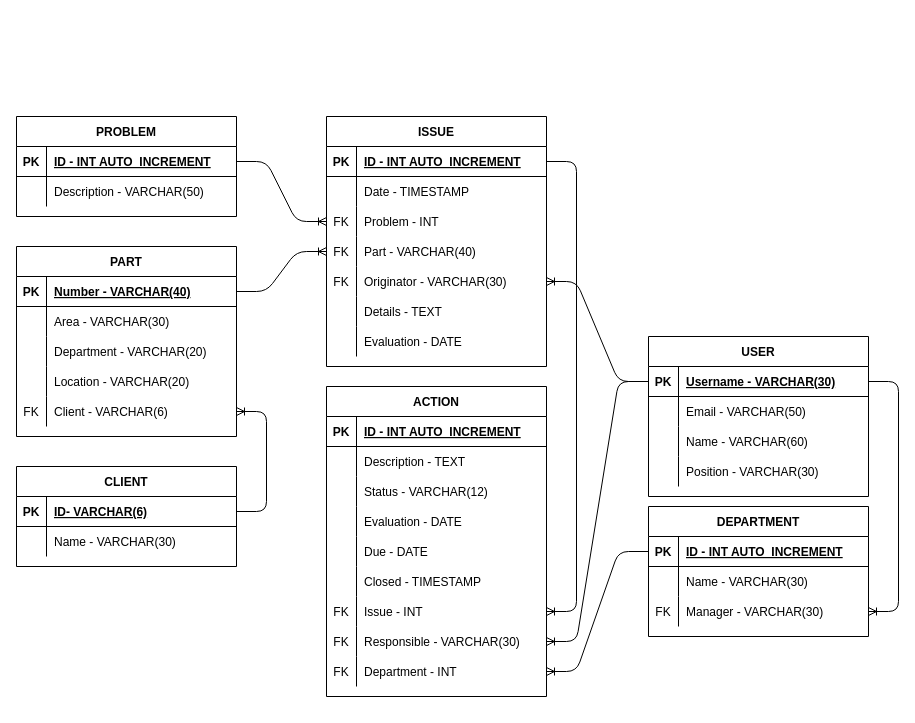
This is api/db/model/TableDiagram.drawio from FFahrenheit/ScrapActionListAPI, a draw.io file, before an edit. Source tidied: cells renumbered, new cells numbered last; positions are measured from the earlier drawing's top-left corner, leaving out a move shared by most shapes. Both pictures are drawn from the tidied source at 100%, with x=0, y=0 at pixel (16, 116).
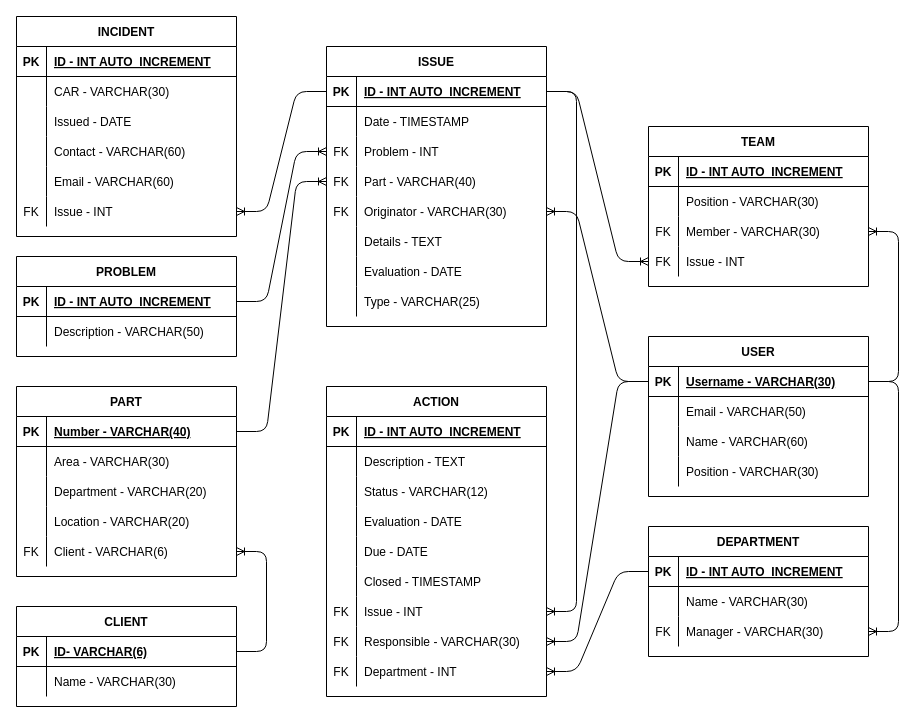
After the change.

Commit message (it also covers changes not shown here):
Diagramas de bases de datos actualizados

Hasta requerimientos de D1

The change refers to these unchanged cells:
```xml
<mxCell id="33" style="shape=partialRectangle;fillColor=none;top=0;left=0;bottom=1;right=0;points=[[0,0.5],[1,0.5]];portConstraint=eastwest;" parent="32" vertex="1">
  <mxGeometry y="30" width="220" height="30" as="geometry" />
</mxCell>
<mxCell id="55" style="shape=partialRectangle;fillColor=none;top=0;left=0;bottom=1;right=0;points=[[0,0.5],[1,0.5]];portConstraint=eastwest;" parent="54" vertex="1">
  <mxGeometry y="30" width="220" height="30" as="geometry" />
</mxCell>
```

Diff of the diagram source:
```diff
@@
     <mxCell id="2" value="CLIENT" style="shape=table;startSize=30;childLayout=tableLayout;rowLines=0;fontStyle=1;align=center;" parent="1" vertex="1">
-      <mxGeometry y="350" width="220" height="100" as="geometry" />
+      <mxGeometry y="490" width="220" height="100" as="geometry" />
     </mxCell>
@@
     <mxCell id="9" value="PART" style="shape=table;startSize=30;childLayout=tableLayout;rowLines=0;fontStyle=1;align=center;" parent="1" vertex="1">
-      <mxGeometry y="130" width="220" height="190" as="geometry" />
+      <mxGeometry y="270" width="220" height="190" as="geometry" />
     </mxCell>
@@
     <mxCell id="25" value="PROBLEM" style="shape=table;startSize=30;childLayout=tableLayout;rowLines=0;fontStyle=1;align=center;" parent="1" vertex="1">
-      <mxGeometry width="220" height="100" as="geometry" />
+      <mxGeometry y="140" width="220" height="100" as="geometry" />
     </mxCell>
@@
     <mxCell id="32" value="ISSUE" style="shape=table;startSize=30;childLayout=tableLayout;rowLines=0;fontStyle=1;align=center;" parent="1" vertex="1">
-      <mxGeometry x="310" width="220" height="250" as="geometry" />
+      <mxGeometry x="310" y="-70" width="220" height="280" as="geometry" />
     </mxCell>
@@
+    <mxCell id="113" style="shape=partialRectangle;fillColor=none;top=0;left=0;bottom=0;right=0;" parent="32" vertex="1">
+      <mxGeometry y="240" width="220" height="30" as="geometry" />
+    </mxCell>
+    <mxCell id="114" style="shape=partialRectangle;fillColor=none;top=0;left=0;bottom=0;right=0;overflow=hidden;" parent="113" vertex="1">
+      <mxGeometry width="30" height="30" as="geometry" />
+    </mxCell>
+    <mxCell id="115" value="Type - VARCHAR(25)" style="shape=partialRectangle;fillColor=none;top=0;left=0;bottom=0;right=0;align=left;spacingLeft=6;overflow=hidden;" parent="113" vertex="1">
+      <mxGeometry x="30" width="190" height="30" as="geometry" />
+    </mxCell>
@@
     <mxCell id="95" value="DEPARTMENT" style="shape=table;startSize=30;childLayout=tableLayout;rowLines=0;fontStyle=1;align=center;" parent="1" vertex="1">
-      <mxGeometry x="632" y="390" width="220" height="130" as="geometry" />
+      <mxGeometry x="632" y="410" width="220" height="130" as="geometry" />
     </mxCell>
@@
+    <mxCell id="116" value="TEAM" style="shape=table;startSize=30;childLayout=tableLayout;rowLines=0;fontStyle=1;align=center;" parent="1" vertex="1">
+      <mxGeometry x="632" y="10" width="220" height="160" as="geometry" />
+    </mxCell>
+    <mxCell id="117" style="shape=partialRectangle;fillColor=none;top=0;left=0;bottom=1;right=0;" parent="116" vertex="1">
+      <mxGeometry y="30" width="220" height="30" as="geometry" />
+    </mxCell>
+    <mxCell id="118" value="PK" style="shape=partialRectangle;fillColor=none;top=0;left=0;bottom=0;right=0;fontStyle=1;overflow=hidden;" parent="117" vertex="1">
+      <mxGeometry width="30" height="30" as="geometry" />
+    </mxCell>
+    <mxCell id="119" value="ID - INT AUTO_INCREMENT" style="shape=partialRectangle;fillColor=none;top=0;left=0;bottom=0;right=0;align=left;spacingLeft=6;fontStyle=5;overflow=hidden;" parent="117" vertex="1">
+      <mxGeometry x="30" width="190" height="30" as="geometry" />
+    </mxCell>
+    <mxCell id="120" style="shape=partialRectangle;fillColor=none;top=0;left=0;bottom=0;right=0;" parent="116" vertex="1">
+      <mxGeometry y="60" width="220" height="30" as="geometry" />
+    </mxCell>
+    <mxCell id="121" style="shape=partialRectangle;fillColor=none;top=0;left=0;bottom=0;right=0;overflow=hidden;" parent="120" vertex="1">
+      <mxGeometry width="30" height="30" as="geometry" />
+    </mxCell>
+    <mxCell id="122" value="Position - VARCHAR(30)" style="shape=partialRectangle;fillColor=none;top=0;left=0;bottom=0;right=0;align=left;spacingLeft=6;overflow=hidden;" parent="120" vertex="1">
+      <mxGeometry x="30" width="190" height="30" as="geometry" />
+    </mxCell>
+    <mxCell id="123" style="shape=partialRectangle;fillColor=none;top=0;left=0;bottom=0;right=0;points=[[0,0.5],[1,0.5]];portConstraint=eastwest;" parent="116" vertex="1">
+      <mxGeometry y="90" width="220" height="30" as="geometry" />
+    </mxCell>
+    <mxCell id="124" value="FK" style="shape=partialRectangle;fillColor=none;top=0;left=0;bottom=0;right=0;fontStyle=0;overflow=hidden;" parent="123" vertex="1">
+      <mxGeometry width="30" height="30" as="geometry" />
+    </mxCell>
+    <mxCell id="125" value="Member - VARCHAR(30)" style="shape=partialRectangle;fillColor=none;top=0;left=0;bottom=0;right=0;align=left;spacingLeft=6;fontStyle=0;overflow=hidden;" parent="123" vertex="1">
+      <mxGeometry x="30" width="190" height="30" as="geometry" />
+    </mxCell>
+    <mxCell id="126" style="shape=partialRectangle;fillColor=none;top=0;left=0;bottom=0;right=0;points=[[0,0.5],[1,0.5]];portConstraint=eastwest;" parent="116" vertex="1">
+      <mxGeometry y="120" width="220" height="30" as="geometry" />
+    </mxCell>
+    <mxCell id="127" value="FK" style="shape=partialRectangle;fillColor=none;top=0;left=0;bottom=0;right=0;fontStyle=0;overflow=hidden;" parent="126" vertex="1">
+      <mxGeometry width="30" height="30" as="geometry" />
+    </mxCell>
+    <mxCell id="128" value="Issue - INT " style="shape=partialRectangle;fillColor=none;top=0;left=0;bottom=0;right=0;align=left;spacingLeft=6;fontStyle=0;overflow=hidden;" parent="126" vertex="1">
+      <mxGeometry x="30" width="190" height="30" as="geometry" />
+    </mxCell>
+    <mxCell id="129" style="edgeStyle=entityRelationEdgeStyle;fontSize=12;html=1;endArrow=ERoneToMany;shadow=0;exitX=1;exitY=0.5;exitDx=0;exitDy=0;entryX=1;entryY=0.5;entryDx=0;entryDy=0;" parent="1" edge="1" source="55" target="123">
+      <mxGeometry relative="1" as="geometry" />
+    </mxCell>
+    <mxCell id="130" style="edgeStyle=entityRelationEdgeStyle;fontSize=12;html=1;endArrow=ERoneToMany;shadow=0;exitX=1;exitY=0.5;exitDx=0;exitDy=0;entryX=0;entryY=0.5;entryDx=0;entryDy=0;" parent="1" edge="1" source="33" target="126">
+      <mxGeometry relative="1" as="geometry" />
+    </mxCell>
+    <mxCell id="131" value="INCIDENT" style="shape=table;startSize=30;childLayout=tableLayout;rowLines=0;fontStyle=1;align=center;" parent="1" vertex="1">
+      <mxGeometry y="-100" width="220" height="220" as="geometry" />
+    </mxCell>
+    <mxCell id="132" style="shape=partialRectangle;fillColor=none;top=0;left=0;bottom=1;right=0;" parent="131" vertex="1">
+      <mxGeometry y="30" width="220" height="30" as="geometry" />
+    </mxCell>
+    <mxCell id="133" value="PK" style="shape=partialRectangle;fillColor=none;top=0;left=0;bottom=0;right=0;fontStyle=1;overflow=hidden;" parent="132" vertex="1">
+      <mxGeometry width="30" height="30" as="geometry" />
+    </mxCell>
+    <mxCell id="134" value="ID - INT AUTO_INCREMENT" style="shape=partialRectangle;fillColor=none;top=0;left=0;bottom=0;right=0;align=left;spacingLeft=6;fontStyle=5;overflow=hidden;" parent="132" vertex="1">
+      <mxGeometry x="30" width="190" height="30" as="geometry" />
+    </mxCell>
+    <mxCell id="135" style="shape=partialRectangle;fillColor=none;top=0;left=0;bottom=0;right=0;" parent="131" vertex="1">
+      <mxGeometry y="60" width="220" height="30" as="geometry" />
+    </mxCell>
+    <mxCell id="136" style="shape=partialRectangle;fillColor=none;top=0;left=0;bottom=0;right=0;overflow=hidden;" parent="135" vertex="1">
+      <mxGeometry width="30" height="30" as="geometry" />
+    </mxCell>
+    <mxCell id="137" value="CAR - VARCHAR(30)" style="shape=partialRectangle;fillColor=none;top=0;left=0;bottom=0;right=0;align=left;spacingLeft=6;overflow=hidden;" parent="135" vertex="1">
+      <mxGeometry x="30" width="190" height="30" as="geometry" />
+    </mxCell>
+    <mxCell id="138" style="shape=partialRectangle;fillColor=none;top=0;left=0;bottom=0;right=0;" parent="131" vertex="1">
+      <mxGeometry y="90" width="220" height="30" as="geometry" />
+    </mxCell>
+    <mxCell id="139" style="shape=partialRectangle;fillColor=none;top=0;left=0;bottom=0;right=0;overflow=hidden;" parent="138" vertex="1">
+      <mxGeometry width="30" height="30" as="geometry" />
+    </mxCell>
+    <mxCell id="140" value="Issued - DATE" style="shape=partialRectangle;fillColor=none;top=0;left=0;bottom=0;right=0;align=left;spacingLeft=6;overflow=hidden;" parent="138" vertex="1">
+      <mxGeometry x="30" width="190" height="30" as="geometry" />
+    </mxCell>
+    <mxCell id="141" style="shape=partialRectangle;fillColor=none;top=0;left=0;bottom=0;right=0;" parent="131" vertex="1">
+      <mxGeometry y="120" width="220" height="30" as="geometry" />
+    </mxCell>
+    <mxCell id="142" style="shape=partialRectangle;fillColor=none;top=0;left=0;bottom=0;right=0;overflow=hidden;" parent="141" vertex="1">
+      <mxGeometry width="30" height="30" as="geometry" />
+    </mxCell>
+    <mxCell id="143" value="Contact - VARCHAR(60)" style="shape=partialRectangle;fillColor=none;top=0;left=0;bottom=0;right=0;align=left;spacingLeft=6;overflow=hidden;" parent="141" vertex="1">
+      <mxGeometry x="30" width="190" height="30" as="geometry" />
+    </mxCell>
+    <mxCell id="144" style="shape=partialRectangle;fillColor=none;top=0;left=0;bottom=0;right=0;" parent="131" vertex="1">
+      <mxGeometry y="150" width="220" height="30" as="geometry" />
+    </mxCell>
+    <mxCell id="145" style="shape=partialRectangle;fillColor=none;top=0;left=0;bottom=0;right=0;overflow=hidden;" parent="144" vertex="1">
+      <mxGeometry width="30" height="30" as="geometry" />
+    </mxCell>
+    <mxCell id="146" value="Email - VARCHAR(60)" style="shape=partialRectangle;fillColor=none;top=0;left=0;bottom=0;right=0;align=left;spacingLeft=6;overflow=hidden;" parent="144" vertex="1">
+      <mxGeometry x="30" width="190" height="30" as="geometry" />
+    </mxCell>
+    <mxCell id="147" style="shape=partialRectangle;fillColor=none;top=0;left=0;bottom=0;right=0;points=[[0,0.5],[1,0.5]];portConstraint=eastwest;" parent="131" vertex="1">
+      <mxGeometry y="180" width="220" height="30" as="geometry" />
+    </mxCell>
+    <mxCell id="148" value="FK" style="shape=partialRectangle;fillColor=none;top=0;left=0;bottom=0;right=0;fontStyle=0;overflow=hidden;" parent="147" vertex="1">
+      <mxGeometry width="30" height="30" as="geometry" />
+    </mxCell>
+    <mxCell id="149" value="Issue - INT" style="shape=partialRectangle;fillColor=none;top=0;left=0;bottom=0;right=0;align=left;spacingLeft=6;fontStyle=0;overflow=hidden;" parent="147" vertex="1">
+      <mxGeometry x="30" width="190" height="30" as="geometry" />
+    </mxCell>
+    <mxCell id="150" style="edgeStyle=entityRelationEdgeStyle;fontSize=12;html=1;endArrow=ERoneToMany;shadow=0;exitX=0;exitY=0.5;exitDx=0;exitDy=0;entryX=1;entryY=0.5;entryDx=0;entryDy=0;" parent="1" edge="1" source="33" target="147">
+      <mxGeometry relative="1" as="geometry" />
+    </mxCell>
```
